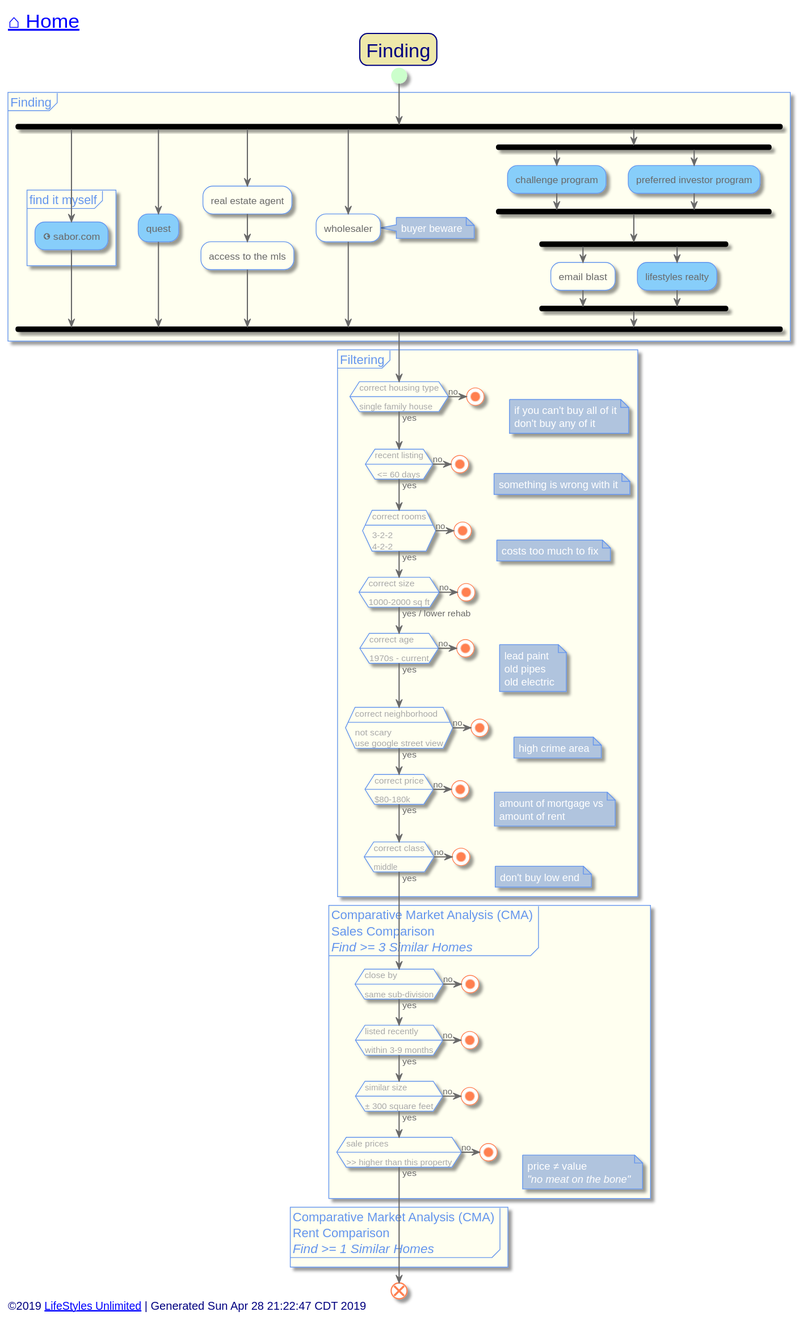
Above: out/src/single-family/finding.svg in toddmo/lifestylesunlimited (PlantUML), before the change.
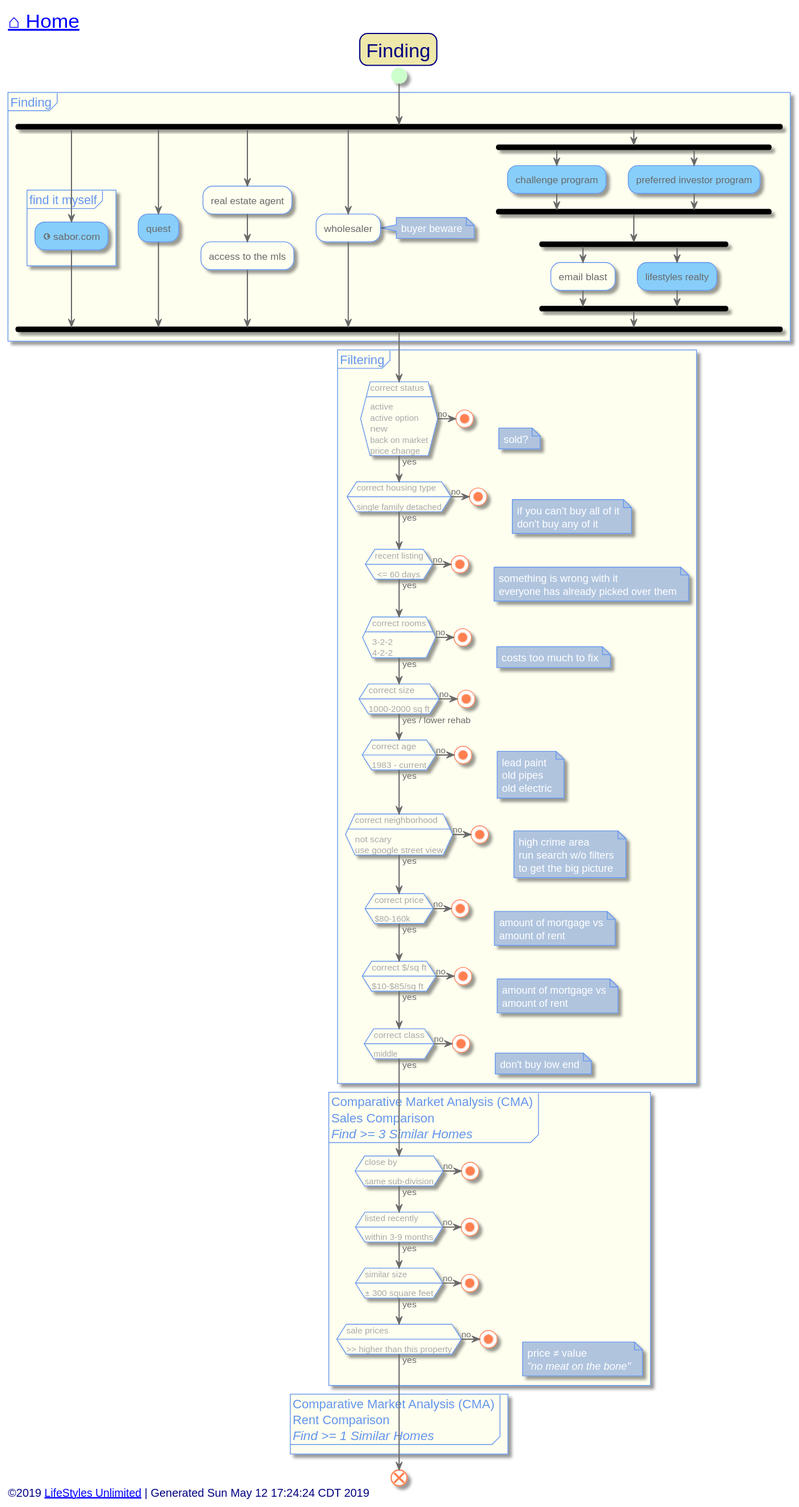
Later version of the same file.

What changed in the source:
```diff
@@ -114,7 +114,15 @@
 	}
 
 	partition Filtering {
-		if(correct housing type\n----\nsingle family house) then(no)
+		if(correct status\n----\nactive\nactive option\nnew\nback on market\nprice change) then(no)
+			stop
+		else (yes)
+			note right
+				sold?
+			end note
+		endif
+
+		if(correct housing type\n----\nsingle family detached) then(no)
 			note right
 				if you can't buy all of it
 				don't buy any of it
@@ -126,6 +134,7 @@
 		if(recent listing\n----\n <= 60 days) then(no)
 			note right
 				something is wrong with it
+				everyone has already picked over them
 			end note
 			stop
 		else (yes)
@@ -143,7 +152,7 @@
 		endif
 
 
-		if(correct age\n----\n1970s - current) then(no)
+		if(correct age\n----\n1983 - current) then(no)
 			note right
 				lead paint
 				old pipes
@@ -156,12 +165,23 @@
 		if(correct neighborhood\n----\nnot scary\nuse google street view) then(no)
 			note right
 				high crime area
+				run search w/o filters
+				to get the big picture
 			end note
 			stop
 		else (yes)
 		endif
 
-		if(correct price\n----\n$80-180k) then(no)
+		if(correct price\n----\n$80-160k) then(no)
+			note right
+				amount of mortgage vs
+				amount of rent
+			end note
+			stop
+		else (yes)
+		endif
+
+		if(correct $/sq ft\n----\n$10-$85/sq ft) then(no)
 			note right
 				amount of mortgage vs
 				amount of rent
@@ -216,7 +236,7 @@
 
 
 left footer
-	<font size=14>©2019 [[http://www.lifestylesunlimited.com LifeStyles Unlimited]] | Generated Sun Apr 28 21:22:47 CDT 2019</font>
+	<font size=14>©2019 [[http://www.lifestylesunlimited.com LifeStyles Unlimited]] | Generated Sun May 12 17:24:24 CDT 2019</font>
 endfooter
 
 
```
